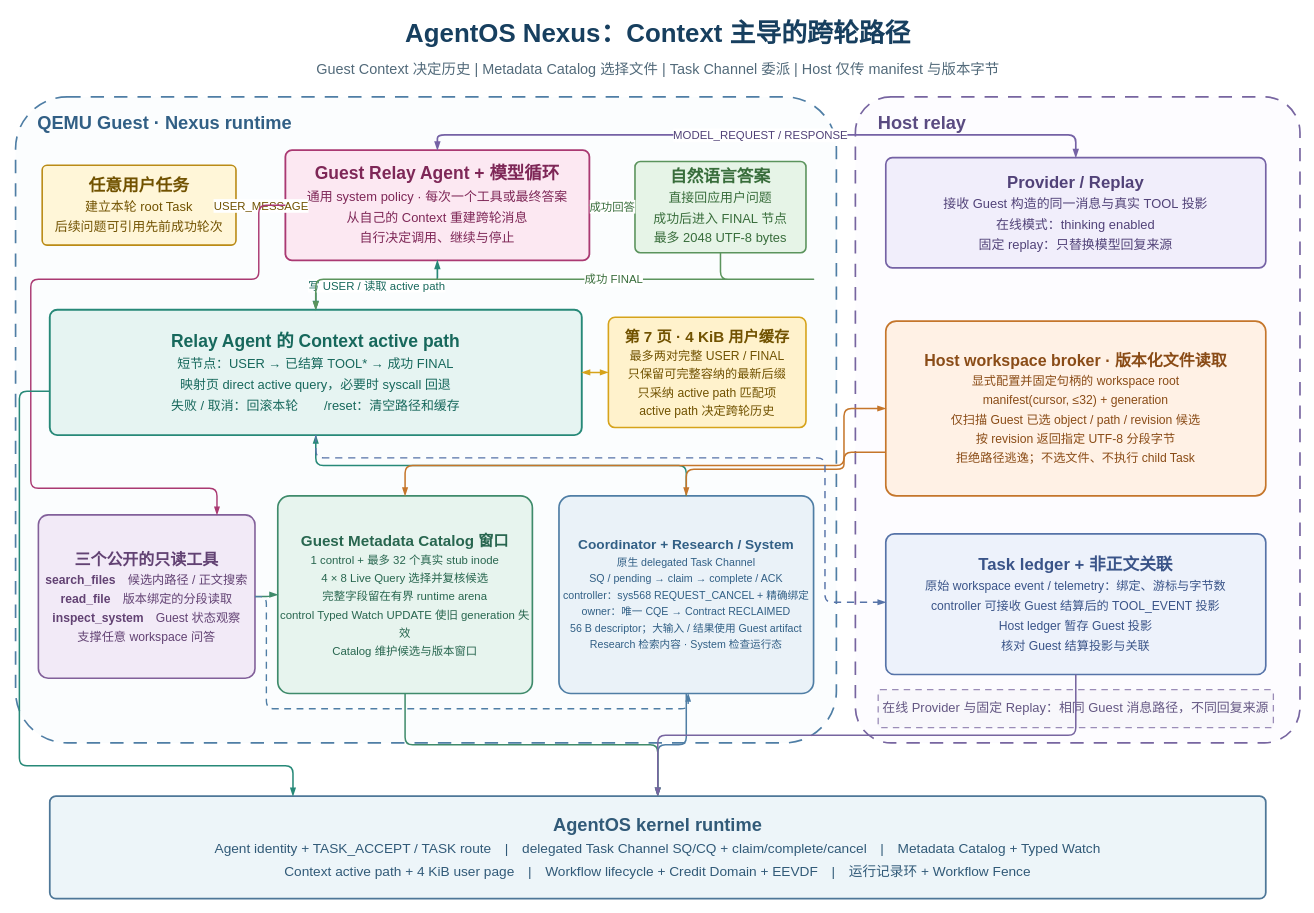
This is docs/figures/architecture/nexus_runtime_flow.drawio from yushugulao/Agent-OS, a draw.io file, before an edit. Source tidied: cells renumbered, new cells numbered last; positions are measured from the earlier drawing's top-left corner, leaving out a move shared by most shapes. Both pictures are drawn from the tidied source at 76%, with x=0, y=0 at pixel (15, 13).
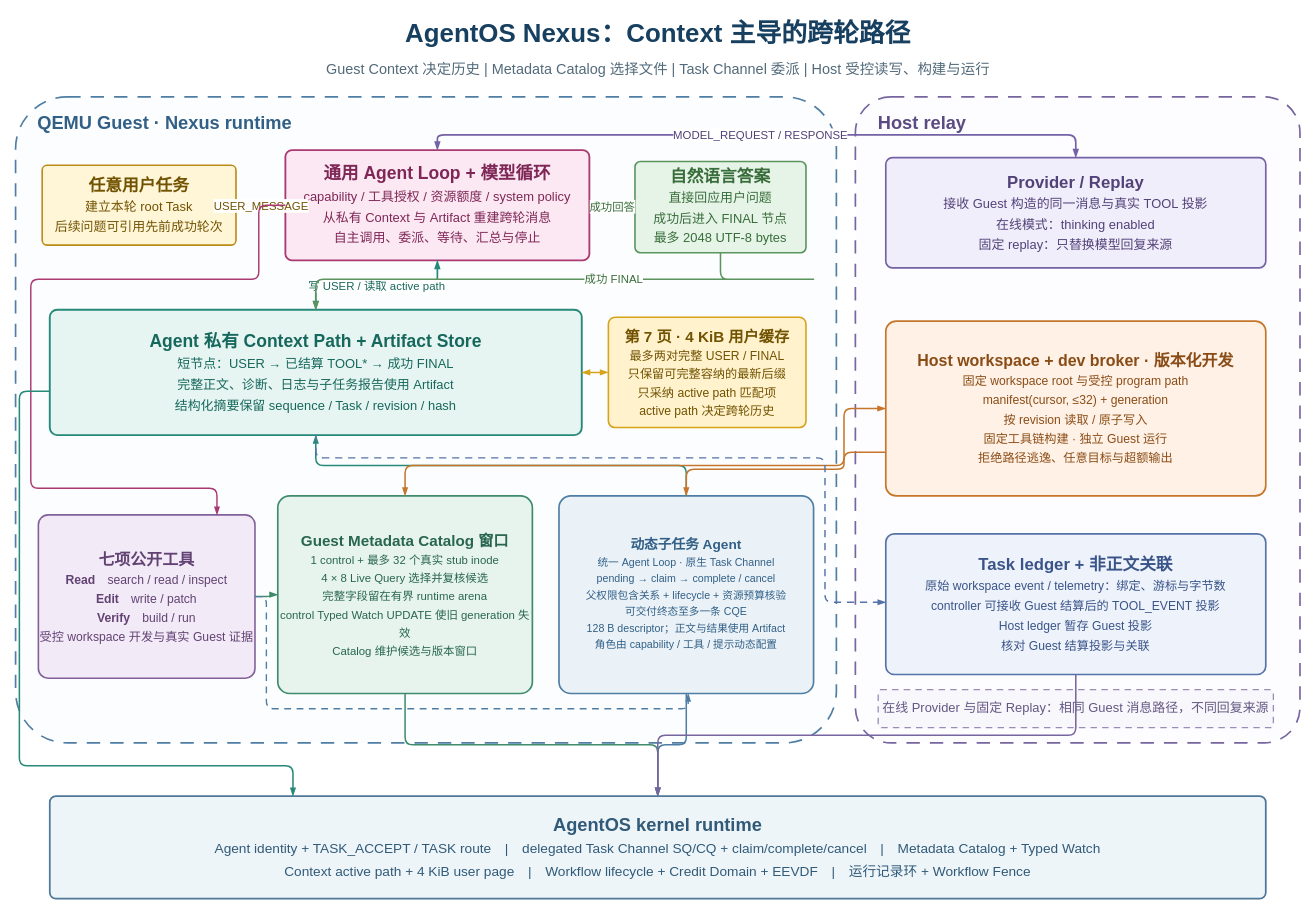
Above is the later version.

Change to the diagram source:
```diff
@@
-    <mxCell id="3" value="Guest Context 决定历史  |  Metadata Catalog 选择文件  |  Task Channel 委派  |  Host 仅传 manifest 与版本字节" style="text;html=1;strokeColor=none;fillColor=none;align=center;verticalAlign=middle;fontSize=19;fontColor=#526A7A;fontFamily=Microsoft YaHei;" parent="1" vertex="1">
+    <mxCell id="3" value="Guest Context 决定历史  |  Metadata Catalog 选择文件  |  Task Channel 委派  |  Host 受控读写、构建与运行" style="text;html=1;strokeColor=none;fillColor=none;align=center;verticalAlign=middle;fontSize=19;fontColor=#526A7A;fontFamily=Microsoft YaHei;" parent="1" vertex="1">
       <mxGeometry x="105" y="55" width="1480" height="38" as="geometry" />
     </mxCell>
@@
-    <mxCell id="9" value="&lt;b&gt;Guest Relay Agent + 模型循环&lt;/b&gt;&lt;br&gt;&lt;font style=&quot;font-size:17px&quot;&gt;通用 system policy · 每次一个工具或最终答案&lt;br&gt;从自己的 Context 重建跨轮消息&lt;br&gt;自行决定调用、继续与停止&lt;/font&gt;" style="rounded=1;whiteSpace=wrap;html=1;fillColor=#FCE8F2;strokeColor=#AA3972;strokeWidth=2.4;align=center;verticalAlign=middle;fontSize=23;fontColor=#7E2757;fontFamily=Microsoft YaHei;arcSize=6;" parent="1" vertex="1">
+    <mxCell id="9" value="&lt;b&gt;通用 Agent Loop + 模型循环&lt;/b&gt;&lt;br&gt;&lt;font style=&quot;font-size:17px&quot;&gt;capability / 工具授权 / 资源额度 / system policy&lt;br&gt;从私有 Context 与 Artifact 重建跨轮消息&lt;br&gt;自主调用、委派、等待、汇总与停止&lt;/font&gt;" style="rounded=1;whiteSpace=wrap;html=1;fillColor=#FCE8F2;strokeColor=#AA3972;strokeWidth=2.4;align=center;verticalAlign=middle;fontSize=23;fontColor=#7E2757;fontFamily=Microsoft YaHei;arcSize=6;" parent="1" vertex="1">
       <mxGeometry x="355" y="180" width="400" height="145" as="geometry" />
     </mxCell>
@@
-    <mxCell id="11" value="&lt;b&gt;Relay Agent 的 Context active path&lt;/b&gt;&lt;br&gt;&lt;font style=&quot;font-size:17px&quot;&gt;短节点：USER → 已结算 TOOL* → 成功 FINAL&lt;br&gt;映射页 direct active query，必要时 syscall 回退&lt;br&gt;失败 / 取消：回滚本轮　　/reset：清空路径和缓存&lt;/font&gt;" style="rounded=1;whiteSpace=wrap;html=1;fillColor=#E6F4F2;strokeColor=#278978;strokeWidth=2.5;align=center;verticalAlign=middle;fontSize=23;fontColor=#17685C;fontFamily=Microsoft YaHei;arcSize=6;" parent="1" vertex="1">
+    <mxCell id="11" value="&lt;b&gt;Agent 私有 Context Path + Artifact Store&lt;/b&gt;&lt;br&gt;&lt;font style=&quot;font-size:17px&quot;&gt;短节点：USER → 已结算 TOOL* → 成功 FINAL&lt;br&gt;完整正文、诊断、日志与子任务报告使用 Artifact&lt;br&gt;结构化摘要保留 sequence / Task / revision / hash&lt;/font&gt;" style="rounded=1;whiteSpace=wrap;html=1;fillColor=#E6F4F2;strokeColor=#278978;strokeWidth=2.5;align=center;verticalAlign=middle;fontSize=23;fontColor=#17685C;fontFamily=Microsoft YaHei;arcSize=6;" parent="1" vertex="1">
       <mxGeometry x="45" y="390" width="700" height="165" as="geometry" />
     </mxCell>
@@
-    <mxCell id="13" value="&lt;b&gt;三个公开的只读工具&lt;/b&gt;&lt;br&gt;&lt;font style=&quot;font-size:16px&quot;&gt;&lt;b&gt;search_files&lt;/b&gt;　候选内路径 / 正文搜索&lt;br&gt;&lt;b&gt;read_file&lt;/b&gt;　版本绑定的分段读取&lt;br&gt;&lt;b&gt;inspect_system&lt;/b&gt;　Guest 状态观察&lt;br&gt;支撑任意 workspace 问答&lt;/font&gt;" style="rounded=1;whiteSpace=wrap;html=1;fillColor=#F2EAF7;strokeColor=#82609A;strokeWidth=2.1;align=center;verticalAlign=middle;fontSize=21;fontColor=#624273;fontFamily=Microsoft YaHei;arcSize=6;" parent="1" vertex="1">
+    <mxCell id="13" value="&lt;b&gt;七项公开工具&lt;/b&gt;&lt;br&gt;&lt;font style=&quot;font-size:16px&quot;&gt;&lt;b&gt;Read&lt;/b&gt;　search / read / inspect&lt;br&gt;&lt;b&gt;Edit&lt;/b&gt;　write / patch&lt;br&gt;&lt;b&gt;Verify&lt;/b&gt;　build / run&lt;br&gt;受控 workspace 开发与真实 Guest 证据&lt;/font&gt;" style="rounded=1;whiteSpace=wrap;html=1;fillColor=#F2EAF7;strokeColor=#82609A;strokeWidth=2.1;align=center;verticalAlign=middle;fontSize=21;fontColor=#624273;fontFamily=Microsoft YaHei;arcSize=6;" parent="1" vertex="1">
       <mxGeometry x="30" y="660" width="285" height="215" as="geometry" />
     </mxCell>
@@
-    <mxCell id="15" value="&lt;b&gt;Coordinator + Research / System&lt;/b&gt;&lt;br&gt;&lt;font style=&quot;font-size:14px&quot;&gt;原生 delegated Task Channel&lt;br&gt;SQ / pending → claim → complete / ACK&lt;br&gt;controller：sys568 REQUEST_CANCEL + 精确绑定&lt;br&gt;owner：唯一 CQE → Contract RECLAIMED&lt;br&gt;56 B descriptor；大输入 / 结果使用 Guest artifact&lt;br&gt;Research 检索内容 · System 检查运行态&lt;/font&gt;" style="rounded=1;whiteSpace=wrap;html=1;fillColor=#EAF2F8;strokeColor=#4F7EA5;strokeWidth=2.2;align=center;verticalAlign=middle;fontSize=18;fontColor=#315F85;fontFamily=Microsoft YaHei;arcSize=6;" parent="1" vertex="1">
+    <mxCell id="15" value="&lt;b&gt;动态子任务 Agent&lt;/b&gt;&lt;br&gt;&lt;font style=&quot;font-size:14px&quot;&gt;统一 Agent Loop · 原生 Task Channel&lt;br&gt;pending → claim → complete / cancel&lt;br&gt;父权限包含关系 + lifecycle + 资源预算核验&lt;br&gt;可交付终态至多一条 CQE&lt;br&gt;128 B descriptor；正文与结果使用 Artifact&lt;br&gt;角色由 capability / 工具 / 提示动态配置&lt;/font&gt;" style="rounded=1;whiteSpace=wrap;html=1;fillColor=#EAF2F8;strokeColor=#4F7EA5;strokeWidth=2.2;align=center;verticalAlign=middle;fontSize=18;fontColor=#315F85;fontFamily=Microsoft YaHei;arcSize=6;" parent="1" vertex="1">
       <mxGeometry x="715" y="635" width="335" height="260" as="geometry" />
     </mxCell>
@@
-    <mxCell id="17" value="&lt;b&gt;Host workspace broker · 版本化文件读取&lt;/b&gt;&lt;br&gt;&lt;font style=&quot;font-size:16px&quot;&gt;显式配置并固定句柄的 workspace root&lt;br&gt;manifest(cursor, ≤32) + generation&lt;br&gt;仅扫描 Guest 已选 object / path / revision 候选&lt;br&gt;按 revision 返回指定 UTF-8 分段字节&lt;br&gt;拒绝路径逃逸；不选文件、不执行 child Task&lt;/font&gt;" style="rounded=1;whiteSpace=wrap;html=1;fillColor=#FFF1E5;strokeColor=#C5762B;strokeWidth=2.2;align=center;verticalAlign=middle;fontSize=21;fontColor=#8A4C17;fontFamily=Microsoft YaHei;arcSize=6;" parent="1" vertex="1">
+    <mxCell id="17" value="&lt;b&gt;Host workspace + dev broker · 版本化开发&lt;/b&gt;&lt;br&gt;&lt;font style=&quot;font-size:16px&quot;&gt;固定 workspace root 与受控 program path&lt;br&gt;manifest(cursor, ≤32) + generation&lt;br&gt;按 revision 读取 / 原子写入&lt;br&gt;固定工具链构建 · 独立 Guest 运行&lt;br&gt;拒绝路径逃逸、任意目标与超额输出&lt;/font&gt;" style="rounded=1;whiteSpace=wrap;html=1;fillColor=#FFF1E5;strokeColor=#C5762B;strokeWidth=2.2;align=center;verticalAlign=middle;fontSize=21;fontColor=#8A4C17;fontFamily=Microsoft YaHei;arcSize=6;" parent="1" vertex="1">
       <mxGeometry x="1145" y="405" width="500" height="230" as="geometry" />
     </mxCell>
```
